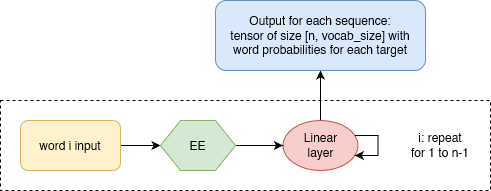
Earlier version of the draw.io export 12 - A Language Model from Scratch/images/every_word_predicted_rnn.png (ferjorosa/learn-dl). Source tidied: cells renumbered, new cells last; positions are measured from the earlier drawing's top-left corner, leaving out a move shared by most shapes.
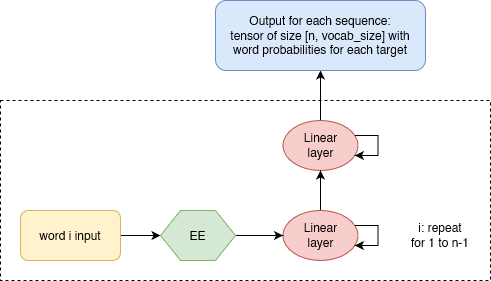
Later version of the same file.

What changed in the source:
```diff
@@ -2,35 +2,44 @@
   <root>
     <mxCell id="0" />
     <mxCell id="1" parent="0" />
-    <mxCell id="2" style="rounded=0;whiteSpace=wrap;html=1;dashed=1;" parent="1" vertex="1">
-      <mxGeometry y="100" width="490" height="90" as="geometry" />
-    </mxCell>
+    <mxCell id="12" style="rounded=0;whiteSpace=wrap;html=1;dashed=1;" parent="1" vertex="1">
+      <mxGeometry y="10" width="490" height="180" as="geometry" />
+    </mxCell>
     <mxCell id="3" style="edgeStyle=orthogonalEdgeStyle;rounded=0;jettySize=auto;html=1;entryX=0.5;entryY=1;entryDx=0;entryDy=0;" parent="1" edge="1" source="4" target="11">
       <mxGeometry relative="1" as="geometry" />
     </mxCell>
     <mxCell id="4" value="&lt;div&gt;Linear &lt;br&gt;&lt;/div&gt;&lt;div&gt;layer&lt;/div&gt;" style="ellipse;whiteSpace=wrap;html=1;fillColor=#f8cecc;strokeColor=#b85450;" parent="1" vertex="1">
-      <mxGeometry x="282.5" y="120" width="75" height="50" as="geometry" />
+      <mxGeometry x="282.5" y="30" width="75" height="50" as="geometry" />
     </mxCell>
+    <mxCell id="9" style="edgeStyle=orthogonalEdgeStyle;rounded=0;orthogonalLoop=1;jettySize=auto;html=1;" parent="1" edge="1" source="4" target="4">
+      <mxGeometry relative="1" as="geometry" />
+    </mxCell>
+    <mxCell id="11" value="&lt;div&gt;Output for each sequence: &lt;br&gt;&lt;/div&gt;&lt;div&gt;tensor of size [n, vocab_size] with word probabilities for each target&lt;br&gt;&lt;/div&gt;" style="rounded=1;whiteSpace=wrap;html=1;fillColor=#dae8fc;strokeColor=#6c8ebf;" parent="1" vertex="1">
+      <mxGeometry x="215" y="-90" width="210" height="70" as="geometry" />
+    </mxCell>
+    <mxCell id="13" style="edgeStyle=orthogonalEdgeStyle;rounded=0;jettySize=auto;html=1;entryX=0.5;entryY=1;entryDx=0;entryDy=0;" parent="1" edge="1" source="14" target="4">
+      <mxGeometry relative="1" as="geometry" />
+    </mxCell>
+    <mxCell id="14" value="&lt;div&gt;Linear &lt;br&gt;&lt;/div&gt;&lt;div&gt;layer&lt;/div&gt;" style="ellipse;whiteSpace=wrap;html=1;fillColor=#f8cecc;strokeColor=#b85450;" parent="1" vertex="1">
+      <mxGeometry x="282.5" y="120" width="75" height="50" as="geometry" />
+    </mxCell>
     <mxCell id="5" style="edgeStyle=orthogonalEdgeStyle;rounded=0;jettySize=auto;html=1;entryX=0;entryY=0.5;entryDx=0;entryDy=0;" parent="1" edge="1" source="6" target="8">
       <mxGeometry relative="1" as="geometry" />
     </mxCell>
     <mxCell id="6" value="word i input" style="rounded=1;whiteSpace=wrap;html=1;fillColor=#fff2cc;strokeColor=#d6b656;" parent="1" vertex="1">
       <mxGeometry x="20" y="120" width="100" height="50" as="geometry" />
     </mxCell>
-    <mxCell id="7" style="edgeStyle=orthogonalEdgeStyle;rounded=0;jettySize=auto;html=1;" parent="1" edge="1" source="8" target="4">
-      <mxGeometry relative="1" as="geometry" />
-    </mxCell>
+    <mxCell id="15" style="edgeStyle=orthogonalEdgeStyle;rounded=0;jettySize=auto;html=1;" parent="1" edge="1" source="8" target="14">
+      <mxGeometry relative="1" as="geometry" />
+    </mxCell>
     <mxCell id="8" value="EE" style="shape=hexagon;perimeter=hexagonPerimeter2;whiteSpace=wrap;html=1;fixedSize=1;fillColor=#d5e8d4;strokeColor=#82b366;" parent="1" vertex="1">
       <mxGeometry x="160" y="120" width="75" height="50" as="geometry" />
     </mxCell>
-    <mxCell id="9" style="edgeStyle=orthogonalEdgeStyle;rounded=0;orthogonalLoop=1;jettySize=auto;html=1;" parent="1" edge="1" source="4" target="4">
-      <mxGeometry relative="1" as="geometry" />
-    </mxCell>
+    <mxCell id="16" style="edgeStyle=orthogonalEdgeStyle;rounded=0;orthogonalLoop=1;jettySize=auto;html=1;" parent="1" edge="1" source="14" target="14">
+      <mxGeometry relative="1" as="geometry" />
+    </mxCell>
     <mxCell id="10" value="i: repeat for 1 to n-1" style="text;html=1;strokeColor=none;fillColor=none;align=center;verticalAlign=middle;whiteSpace=wrap;rounded=0;" parent="1" vertex="1">
       <mxGeometry x="410" y="130" width="60" height="30" as="geometry" />
     </mxCell>
-    <mxCell id="11" value="&lt;div&gt;Output for each sequence: &lt;br&gt;&lt;/div&gt;&lt;div&gt;tensor of size [n, vocab_size] with word probabilities for each target&lt;br&gt;&lt;/div&gt;" style="rounded=1;whiteSpace=wrap;html=1;fillColor=#dae8fc;strokeColor=#6c8ebf;" parent="1" vertex="1">
-      <mxGeometry x="215" width="210" height="70" as="geometry" />
-    </mxCell>
   </root>
 </mxGraphModel>
```
